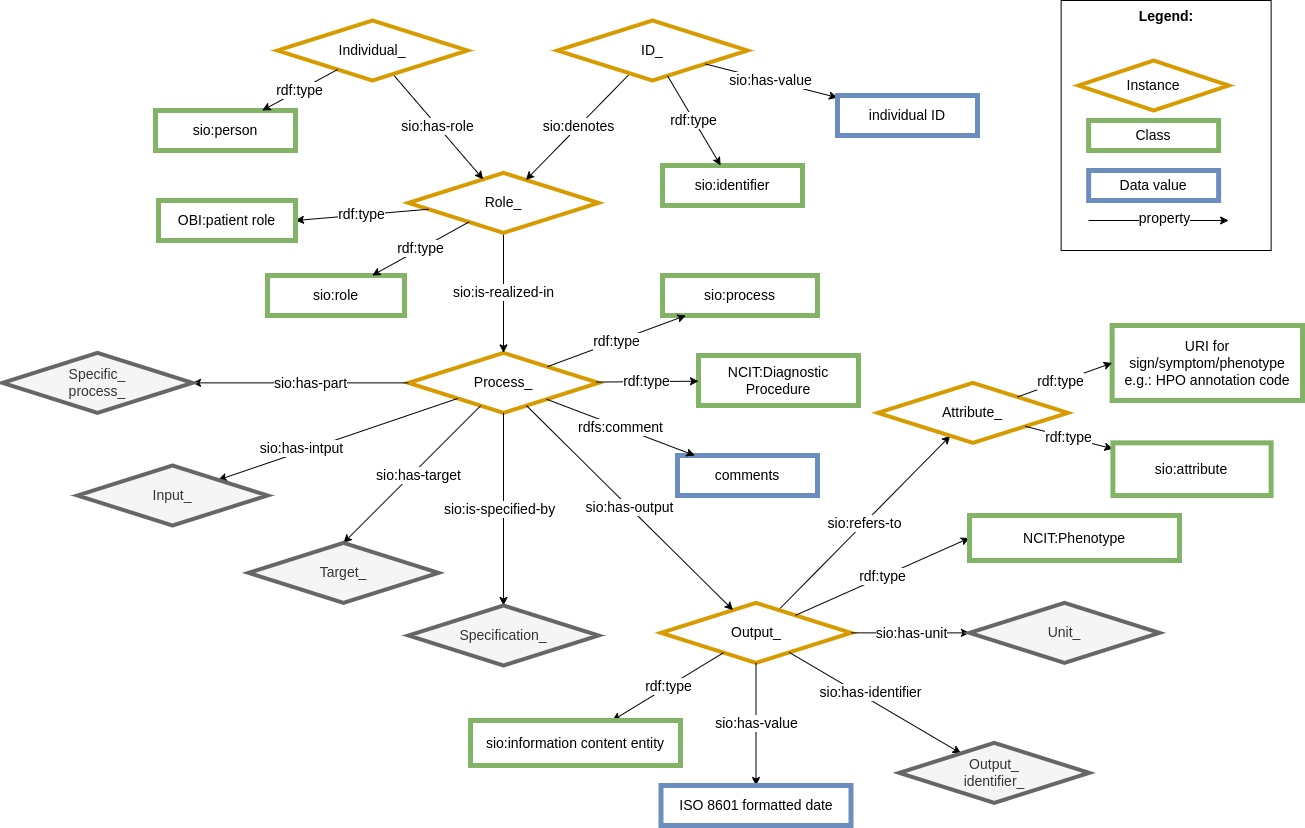
The draw.io diagram images/CARE-SM-Symptom.png in CARE-SM/CARE-Semantic-Model, before a commit. Source tidied: cells renumbered, new cells last; positions are measured from the earlier drawing's top-left corner, leaving out a move shared by most shapes. Source of this version:
```xml
<mxGraphModel>
  <root>
    <mxCell id="0" />
    <mxCell id="1" parent="0" />
    <mxCell id="2" value="sio:refers-to" style="edgeStyle=none;rounded=0;jettySize=auto;html=1;fontSize=14;" parent="1" edge="1" source="3" target="14">
      <mxGeometry relative="1" as="geometry" />
    </mxCell>
    <mxCell id="3" value="Output_" style="rhombus;whiteSpace=wrap;html=1;fillColor=#FFFFFF;strokeColor=#D79B00;perimeter=rhombusPerimeter;arcSize=20;comic=0;enumerate=0;strokeWidth=4;rounded=0;fontSize=14;" parent="1" vertex="1">
      <mxGeometry x="658.5" y="602.4" width="190" height="60" as="geometry" />
    </mxCell>
    <mxCell id="4" value="Process_" style="rhombus;whiteSpace=wrap;html=1;fillColor=#FFFFFF;strokeColor=#D79B00;perimeter=rhombusPerimeter;arcSize=20;comic=0;enumerate=0;strokeWidth=4;rounded=0;fontSize=14;" parent="1" vertex="1">
      <mxGeometry x="406" y="352.4" width="190" height="60" as="geometry" />
    </mxCell>
    <mxCell id="5" value="sio:is-realized-in" style="rounded=0;jettySize=auto;html=1;exitX=0.5;exitY=1;exitDx=0;exitDy=0;fontSize=14;" parent="1" edge="1" source="9" target="4">
      <mxGeometry relative="1" as="geometry" />
    </mxCell>
    <mxCell id="6" value="sio:process" style="whiteSpace=wrap;html=1;fillColor=#FFFFFF;strokeColor=#82b366;strokeWidth=5;fontSize=14;" parent="1" vertex="1">
      <mxGeometry x="660" y="275" width="155" height="40" as="geometry" />
    </mxCell>
    <mxCell id="7" value="rdf:type" style="edgeStyle=none;rounded=0;jettySize=auto;html=1;fontSize=14;" parent="1" edge="1" source="3" target="8">
      <mxGeometry relative="1" as="geometry" />
    </mxCell>
    <mxCell id="8" value="&lt;font style=&quot;font-size: 14px;&quot;&gt;sio:information content entity&lt;/font&gt;" style="whiteSpace=wrap;html=1;fillColor=#FFFFFF;strokeColor=#82b366;strokeWidth=5;fontSize=14;" parent="1" vertex="1">
      <mxGeometry x="468" y="720" width="210" height="45" as="geometry" />
    </mxCell>
    <mxCell id="9" value="Role_" style="rhombus;whiteSpace=wrap;html=1;fillColor=#FFFFFF;strokeColor=#D79B00;perimeter=rhombusPerimeter;arcSize=20;comic=0;enumerate=0;strokeWidth=4;rounded=0;fontSize=14;" parent="1" vertex="1">
      <mxGeometry x="406" y="172.4" width="190" height="60" as="geometry" />
    </mxCell>
    <mxCell id="10" value="sio:denotes" style="edgeStyle=none;rounded=0;jettySize=auto;html=1;fontSize=14;" parent="1" edge="1" source="11" target="9">
      <mxGeometry relative="1" as="geometry" />
    </mxCell>
    <mxCell id="11" value="ID_" style="rhombus;whiteSpace=wrap;html=1;fillColor=#FFFFFF;strokeColor=#D79B00;rotation=0;perimeter=rhombusPerimeter;arcSize=20;comic=0;enumerate=0;strokeWidth=4;rounded=0;fontSize=14;" parent="1" vertex="1">
      <mxGeometry x="555" y="20" width="190" height="60" as="geometry" />
    </mxCell>
    <mxCell id="12" value="sio:has-role" style="edgeStyle=none;rounded=0;jettySize=auto;html=1;fontSize=14;" parent="1" edge="1" source="13" target="9">
      <mxGeometry relative="1" as="geometry" />
    </mxCell>
    <mxCell id="13" value="Individual_" style="rhombus;whiteSpace=wrap;html=1;fillColor=#FFFFFF;strokeColor=#D79B00;perimeter=rhombusPerimeter;arcSize=20;comic=0;enumerate=0;strokeWidth=4;rounded=0;fontSize=14;" parent="1" vertex="1">
      <mxGeometry x="275" y="20" width="190" height="60" as="geometry" />
    </mxCell>
    <mxCell id="14" value="Attribute_" style="rhombus;whiteSpace=wrap;html=1;fillColor=#FFFFFF;strokeColor=#D79B00;perimeter=rhombusPerimeter;arcSize=20;comic=0;enumerate=0;strokeWidth=4;rounded=0;fontSize=14;" parent="1" vertex="1">
      <mxGeometry x="875.4" y="382.4" width="190" height="60" as="geometry" />
    </mxCell>
    <mxCell id="15" value="rdf:type" style="edgeStyle=none;rounded=0;jettySize=auto;html=1;fontSize=14;" parent="1" edge="1" source="14" target="16">
      <mxGeometry relative="1" as="geometry" />
    </mxCell>
    <mxCell id="16" value="sio:attribute" style="whiteSpace=wrap;html=1;fillColor=#FFFFFF;strokeColor=#82b366;strokeWidth=5;fontSize=14;" parent="1" vertex="1">
      <mxGeometry x="1110.4" y="442.4" width="158.2" height="52.6" as="geometry" />
    </mxCell>
    <mxCell id="17" value="sio:role" style="whiteSpace=wrap;html=1;fillColor=#FFFFFF;strokeColor=#82b366;strokeWidth=5;fontSize=14;" parent="1" vertex="1">
      <mxGeometry x="265" y="275" width="137" height="40" as="geometry" />
    </mxCell>
    <mxCell id="18" value="sio:identifier" style="whiteSpace=wrap;html=1;fillColor=#FFFFFF;strokeColor=#82b366;strokeWidth=5;fontSize=14;" parent="1" vertex="1">
      <mxGeometry x="660" y="165" width="140" height="40" as="geometry" />
    </mxCell>
    <mxCell id="19" value="sio:person" style="whiteSpace=wrap;html=1;fillColor=#FFFFFF;strokeColor=#82b366;strokeWidth=5;fontSize=14;" parent="1" vertex="1">
      <mxGeometry x="153" y="110" width="140" height="40" as="geometry" />
    </mxCell>
    <mxCell id="20" style="edgeStyle=none;rounded=0;jettySize=auto;html=1;fontSize=14;" parent="1" edge="1" source="4" target="25">
      <mxGeometry relative="1" as="geometry" />
    </mxCell>
    <mxCell id="21" value="sio:has-intput" style="edgeLabel;html=1;align=center;verticalAlign=middle;fontSize=14;" parent="20" vertex="1">
      <mxGeometry x="-0.21" y="-1" relative="1" as="geometry">
        <mxPoint x="-61" y="18" as="offset" />
      </mxGeometry>
    </mxCell>
    <mxCell id="22" style="edgeStyle=none;rounded=0;jettySize=auto;html=1;strokeWidth=1;fontSize=14;" parent="1" edge="1" source="4" target="24">
      <mxGeometry relative="1" as="geometry" />
    </mxCell>
    <mxCell id="23" value="sio:is-specified-by" style="edgeLabel;html=1;align=center;verticalAlign=middle;fontSize=14;" parent="22" vertex="1">
      <mxGeometry x="-0.21" y="-1" relative="1" as="geometry">
        <mxPoint x="-4" y="19" as="offset" />
      </mxGeometry>
    </mxCell>
    <mxCell id="24" value="Specification_" style="rhombus;whiteSpace=wrap;html=1;fillColor=#f5f5f5;strokeColor=#666666;perimeter=rhombusPerimeter;arcSize=20;comic=0;enumerate=0;strokeWidth=4;rounded=0;fontSize=14;fontColor=#333333;" parent="1" vertex="1">
      <mxGeometry x="406" y="605" width="190" height="60" as="geometry" />
    </mxCell>
    <mxCell id="25" value="Input_" style="rhombus;whiteSpace=wrap;html=1;fillColor=#f5f5f5;strokeColor=#666666;perimeter=rhombusPerimeter;arcSize=20;comic=0;enumerate=0;strokeWidth=4;rounded=0;fontSize=14;fontColor=#333333;" parent="1" vertex="1">
      <mxGeometry x="75" y="465" width="190" height="60" as="geometry" />
    </mxCell>
    <mxCell id="26" style="edgeStyle=none;rounded=0;jettySize=auto;html=1;fontSize=14;" parent="1" edge="1" source="3" target="28">
      <mxGeometry relative="1" as="geometry" />
    </mxCell>
    <mxCell id="27" value="sio:has-unit" style="edgeLabel;html=1;align=center;verticalAlign=middle;fontSize=14;" parent="26" vertex="1">
      <mxGeometry x="-0.21" y="-1" relative="1" as="geometry">
        <mxPoint x="13" y="-1" as="offset" />
      </mxGeometry>
    </mxCell>
    <mxCell id="28" value="Unit_" style="rhombus;whiteSpace=wrap;html=1;fillColor=#f5f5f5;strokeColor=#666666;perimeter=rhombusPerimeter;arcSize=20;comic=0;enumerate=0;strokeWidth=4;rounded=0;fontSize=14;fontColor=#333333;" parent="1" vertex="1">
      <mxGeometry x="967" y="602.4" width="190" height="60" as="geometry" />
    </mxCell>
    <mxCell id="29" value="&lt;div style=&quot;text-align: left; font-size: 14px;&quot;&gt;&lt;span style=&quot;background-color: initial; font-size: 14px;&quot;&gt;&lt;b style=&quot;font-size: 14px;&quot;&gt;&lt;font style=&quot;font-size: 14px;&quot;&gt;Legend:&lt;/font&gt;&lt;/b&gt;&lt;/span&gt;&lt;/div&gt;&lt;div style=&quot;text-align: left; font-size: 14px;&quot;&gt;&lt;span style=&quot;background-color: initial; font-size: 14px;&quot;&gt;&lt;br style=&quot;font-size: 14px;&quot;&gt;&lt;/span&gt;&lt;/div&gt;&lt;div style=&quot;text-align: left; font-size: 14px;&quot;&gt;&lt;span style=&quot;background-color: initial; font-size: 14px;&quot;&gt;&lt;br style=&quot;font-size: 14px;&quot;&gt;&lt;/span&gt;&lt;/div&gt;&lt;div style=&quot;text-align: left; font-size: 14px;&quot;&gt;&lt;span style=&quot;background-color: initial; font-size: 14px;&quot;&gt;&lt;br style=&quot;font-size: 14px;&quot;&gt;&lt;/span&gt;&lt;/div&gt;&lt;div style=&quot;text-align: left; font-size: 14px;&quot;&gt;&lt;br style=&quot;font-size: 14px;&quot;&gt;&lt;/div&gt;&lt;div style=&quot;text-align: left; font-size: 14px;&quot;&gt;&lt;br style=&quot;font-size: 14px;&quot;&gt;&lt;/div&gt;&lt;div style=&quot;text-align: left; font-size: 14px;&quot;&gt;&lt;br style=&quot;font-size: 14px;&quot;&gt;&lt;/div&gt;&lt;div style=&quot;text-align: left; font-size: 14px;&quot;&gt;&lt;br style=&quot;font-size: 14px;&quot;&gt;&lt;/div&gt;&lt;div style=&quot;text-align: left; font-size: 14px;&quot;&gt;&lt;br style=&quot;font-size: 14px;&quot;&gt;&lt;/div&gt;&lt;div style=&quot;text-align: left; font-size: 14px;&quot;&gt;&lt;span style=&quot;background-color: initial; font-size: 14px;&quot;&gt;&lt;br style=&quot;font-size: 14px;&quot;&gt;&lt;/span&gt;&lt;/div&gt;&lt;div style=&quot;text-align: left; font-size: 14px;&quot;&gt;&lt;span style=&quot;background-color: initial; font-size: 14px;&quot;&gt;&lt;br style=&quot;font-size: 14px;&quot;&gt;&lt;/span&gt;&lt;/div&gt;&lt;div style=&quot;text-align: left; font-size: 14px;&quot;&gt;&lt;span style=&quot;background-color: initial; font-size: 14px;&quot;&gt;&lt;br style=&quot;font-size: 14px;&quot;&gt;&lt;/span&gt;&lt;/div&gt;&lt;div style=&quot;text-align: left; font-size: 14px;&quot;&gt;&lt;span style=&quot;background-color: initial; font-size: 14px;&quot;&gt;&lt;br style=&quot;font-size: 14px;&quot;&gt;&lt;/span&gt;&lt;/div&gt;&lt;div style=&quot;text-align: left; font-size: 14px;&quot;&gt;&lt;span style=&quot;background-color: initial; font-size: 14px;&quot;&gt;&lt;br style=&quot;font-size: 14px;&quot;&gt;&lt;/span&gt;&lt;/div&gt;" style="rounded=0;whiteSpace=wrap;html=1;fontSize=14;" parent="1" vertex="1">
      <mxGeometry x="1058.6" width="210" height="250" as="geometry" />
    </mxCell>
    <mxCell id="30" value="Class" style="whiteSpace=wrap;html=1;fillColor=#FFFFFF;strokeColor=#82b366;strokeWidth=5;fontSize=14;" parent="1" vertex="1">
      <mxGeometry x="1086.1" y="120" width="130" height="30" as="geometry" />
    </mxCell>
    <mxCell id="31" value="Instance" style="rhombus;whiteSpace=wrap;html=1;fillColor=#FFFFFF;strokeColor=#D79B00;rotation=0;perimeter=rhombusPerimeter;arcSize=20;comic=0;enumerate=0;strokeWidth=4;rounded=0;fontSize=14;" parent="1" vertex="1">
      <mxGeometry x="1076.1" y="60" width="150" height="50" as="geometry" />
    </mxCell>
    <mxCell id="32" value="Data value" style="whiteSpace=wrap;html=1;fillColor=#FFFFFF;strokeColor=#6c8ebf;strokeWidth=5;fontSize=14;" parent="1" vertex="1">
      <mxGeometry x="1086.1" y="170" width="130" height="30" as="geometry" />
    </mxCell>
    <mxCell id="33" value="property" style="rounded=0;orthogonalLoop=1;jettySize=auto;html=1;exitX=1;exitY=1;exitDx=0;exitDy=0;fontSize=14;" parent="1" edge="1">
      <mxGeometry x="0.09" y="2" relative="1" as="geometry">
        <mxPoint x="1086.1" y="220" as="sourcePoint" />
        <mxPoint x="1226.1" y="220" as="targetPoint" />
      </mxGeometry>
    </mxCell>
    <mxCell id="34" value="rdf:type" style="edgeStyle=none;rounded=0;jettySize=auto;html=1;fontSize=14;" parent="1" edge="1" source="13" target="19">
      <mxGeometry relative="1" as="geometry" />
    </mxCell>
    <mxCell id="35" style="edgeStyle=none;rounded=0;jettySize=auto;html=1;entryX=0.5;entryY=0;entryDx=0;entryDy=0;fontSize=14;" parent="1" edge="1" source="4" target="37">
      <mxGeometry relative="1" as="geometry" />
    </mxCell>
    <mxCell id="36" value="sio:has-target" style="edgeLabel;html=1;align=center;verticalAlign=middle;fontSize=14;" parent="35" vertex="1">
      <mxGeometry x="-0.21" y="-1" relative="1" as="geometry">
        <mxPoint x="-8" y="16" as="offset" />
      </mxGeometry>
    </mxCell>
    <mxCell id="37" value="Target_" style="rhombus;whiteSpace=wrap;html=1;fillColor=#f5f5f5;strokeColor=#666666;perimeter=rhombusPerimeter;arcSize=20;comic=0;enumerate=0;strokeWidth=4;rounded=0;fontSize=14;fontColor=#333333;" parent="1" vertex="1">
      <mxGeometry x="246" y="542.4" width="190" height="60" as="geometry" />
    </mxCell>
    <mxCell id="38" value="sio:has-output" style="edgeStyle=none;rounded=0;jettySize=auto;html=1;fontSize=14;" parent="1" edge="1" source="4" target="3">
      <mxGeometry relative="1" as="geometry" />
    </mxCell>
    <mxCell id="39" style="edgeStyle=none;rounded=0;jettySize=auto;html=1;fontSize=14;" parent="1" edge="1" source="4" target="41">
      <mxGeometry relative="1" as="geometry" />
    </mxCell>
    <mxCell id="40" value="sio:has-part" style="edgeLabel;html=1;align=center;verticalAlign=middle;fontSize=14;" parent="39" vertex="1">
      <mxGeometry x="-0.21" y="-1" relative="1" as="geometry">
        <mxPoint x="-13" y="1" as="offset" />
      </mxGeometry>
    </mxCell>
    <mxCell id="41" value="Specific_&lt;div&gt;process_&lt;/div&gt;" style="rhombus;whiteSpace=wrap;html=1;fillColor=#f5f5f5;strokeColor=#666666;perimeter=rhombusPerimeter;arcSize=20;comic=0;enumerate=0;strokeWidth=4;rounded=0;fontSize=14;fontColor=#333333;" parent="1" vertex="1">
      <mxGeometry y="352.4" width="190" height="60" as="geometry" />
    </mxCell>
    <mxCell id="42" style="edgeStyle=none;rounded=0;jettySize=auto;html=1;fontSize=14;" parent="1" edge="1" source="3" target="44">
      <mxGeometry relative="1" as="geometry" />
    </mxCell>
    <mxCell id="43" value="sio:has-identifier" style="edgeLabel;html=1;align=center;verticalAlign=middle;fontSize=14;" parent="42" vertex="1">
      <mxGeometry x="-0.21" y="-1" relative="1" as="geometry">
        <mxPoint x="13" y="-1" as="offset" />
      </mxGeometry>
    </mxCell>
    <mxCell id="44" value="Output_&lt;div style=&quot;font-size: 14px;&quot;&gt;identifier_&lt;/div&gt;" style="rhombus;whiteSpace=wrap;html=1;fillColor=#f5f5f5;strokeColor=#666666;perimeter=rhombusPerimeter;arcSize=20;comic=0;enumerate=0;strokeWidth=4;rounded=0;fontSize=14;fontColor=#333333;" parent="1" vertex="1">
      <mxGeometry x="896.8" y="742.4" width="190" height="60" as="geometry" />
    </mxCell>
    <mxCell id="45" value="rdf:type" style="edgeStyle=none;rounded=0;jettySize=auto;html=1;fontSize=14;" parent="1" edge="1" source="9" target="17">
      <mxGeometry relative="1" as="geometry" />
    </mxCell>
    <mxCell id="46" value="rdf:type" style="edgeStyle=none;rounded=0;jettySize=auto;html=1;fontSize=14;" parent="1" edge="1" source="11" target="18">
      <mxGeometry relative="1" as="geometry" />
    </mxCell>
    <mxCell id="47" value="rdf:type" style="edgeStyle=none;rounded=0;jettySize=auto;html=1;entryX=0;entryY=0.5;entryDx=0;entryDy=0;fontSize=14;" parent="1" edge="1" source="3" target="48">
      <mxGeometry relative="1" as="geometry" />
    </mxCell>
    <mxCell id="48" value="NCIT:Phenotype" style="whiteSpace=wrap;html=1;fillColor=#FFFFFF;strokeColor=#82b366;strokeWidth=5;fontSize=14;" parent="1" vertex="1">
      <mxGeometry x="967" y="515" width="210" height="45" as="geometry" />
    </mxCell>
    <mxCell id="49" value="&lt;span style=&quot;background-color: initial;&quot;&gt;&lt;div style=&quot;&quot;&gt;URI for sign/symptom/phenotype&lt;/div&gt;&lt;div style=&quot;&quot;&gt;e.g.: HPO annotation code&lt;/div&gt;&lt;/span&gt;" style="whiteSpace=wrap;html=1;fillColor=#FFFFFF;strokeColor=#82b366;strokeWidth=5;fontSize=14;" parent="1" vertex="1">
      <mxGeometry x="1109.6" y="325" width="190.4" height="75" as="geometry" />
    </mxCell>
    <mxCell id="50" value="rdf:type" style="edgeStyle=none;rounded=0;jettySize=auto;html=1;entryX=0;entryY=0.5;entryDx=0;entryDy=0;fontSize=14;" parent="1" edge="1" source="14" target="49">
      <mxGeometry x="-0.09" relative="1" as="geometry" />
    </mxCell>
    <mxCell id="51" value="sio:has-value" style="rounded=0;jettySize=auto;html=1;fontSize=14;" parent="1" edge="1" source="3" target="52">
      <mxGeometry relative="1" as="geometry" />
    </mxCell>
    <mxCell id="52" value="&lt;font style=&quot;font-size: 14px;&quot;&gt;ISO 8601 formatted date&lt;/font&gt;" style="whiteSpace=wrap;html=1;fillColor=#FFFFFF;strokeColor=#6c8ebf;strokeWidth=5;fontSize=14;" parent="1" vertex="1">
      <mxGeometry x="658.5" y="785" width="190" height="40" as="geometry" />
    </mxCell>
    <mxCell id="53" value="rdf:type" style="edgeStyle=none;rounded=0;jettySize=auto;html=1;entryX=1;entryY=0.5;entryDx=0;entryDy=0;fontSize=14;" parent="1" edge="1" source="9" target="54">
      <mxGeometry relative="1" as="geometry" />
    </mxCell>
    <mxCell id="54" value="&lt;font style=&quot;font-size: 14px;&quot;&gt;OBI:patient role&lt;/font&gt;" style="whiteSpace=wrap;html=1;fillColor=#FFFFFF;strokeColor=#82b366;strokeWidth=5;fontSize=14;" parent="1" vertex="1">
      <mxGeometry x="156" y="200" width="137" height="40" as="geometry" />
    </mxCell>
    <mxCell id="55" value="sio:has-value" style="rounded=0;jettySize=auto;html=1;fontSize=14;" parent="1" edge="1" source="11" target="56">
      <mxGeometry relative="1" as="geometry" />
    </mxCell>
    <mxCell id="56" value="individual ID" style="whiteSpace=wrap;html=1;fillColor=#FFFFFF;strokeColor=#6c8ebf;strokeWidth=5;fontSize=14;" parent="1" vertex="1">
      <mxGeometry x="835" y="95" width="140" height="40" as="geometry" />
    </mxCell>
    <mxCell id="57" value="NCIT:Diagnostic Procedure" style="whiteSpace=wrap;html=1;fillColor=#FFFFFF;strokeColor=#82b366;strokeWidth=5;fontSize=14;" parent="1" vertex="1">
      <mxGeometry x="696" y="355" width="160" height="50" as="geometry" />
    </mxCell>
    <mxCell id="58" value="rdf:type" style="edgeStyle=none;rounded=0;jettySize=auto;html=1;fontSize=14;" parent="1" edge="1" source="4" target="57">
      <mxGeometry relative="1" as="geometry" />
    </mxCell>
    <mxCell id="59" value="comments" style="whiteSpace=wrap;html=1;fillColor=#FFFFFF;strokeColor=#6c8ebf;strokeWidth=5;fontSize=14;" parent="1" vertex="1">
      <mxGeometry x="675" y="455" width="140" height="40" as="geometry" />
    </mxCell>
    <mxCell id="60" value="rdfs:comment" style="rounded=0;jettySize=auto;html=1;fontSize=14;" parent="1" edge="1" source="4" target="59">
      <mxGeometry relative="1" as="geometry" />
    </mxCell>
    <mxCell id="61" value="rdf:type" style="edgeStyle=none;rounded=0;jettySize=auto;html=1;fontSize=14;" parent="1" edge="1" source="4" target="6">
      <mxGeometry relative="1" as="geometry" />
    </mxCell>
  </root>
</mxGraphModel>
```
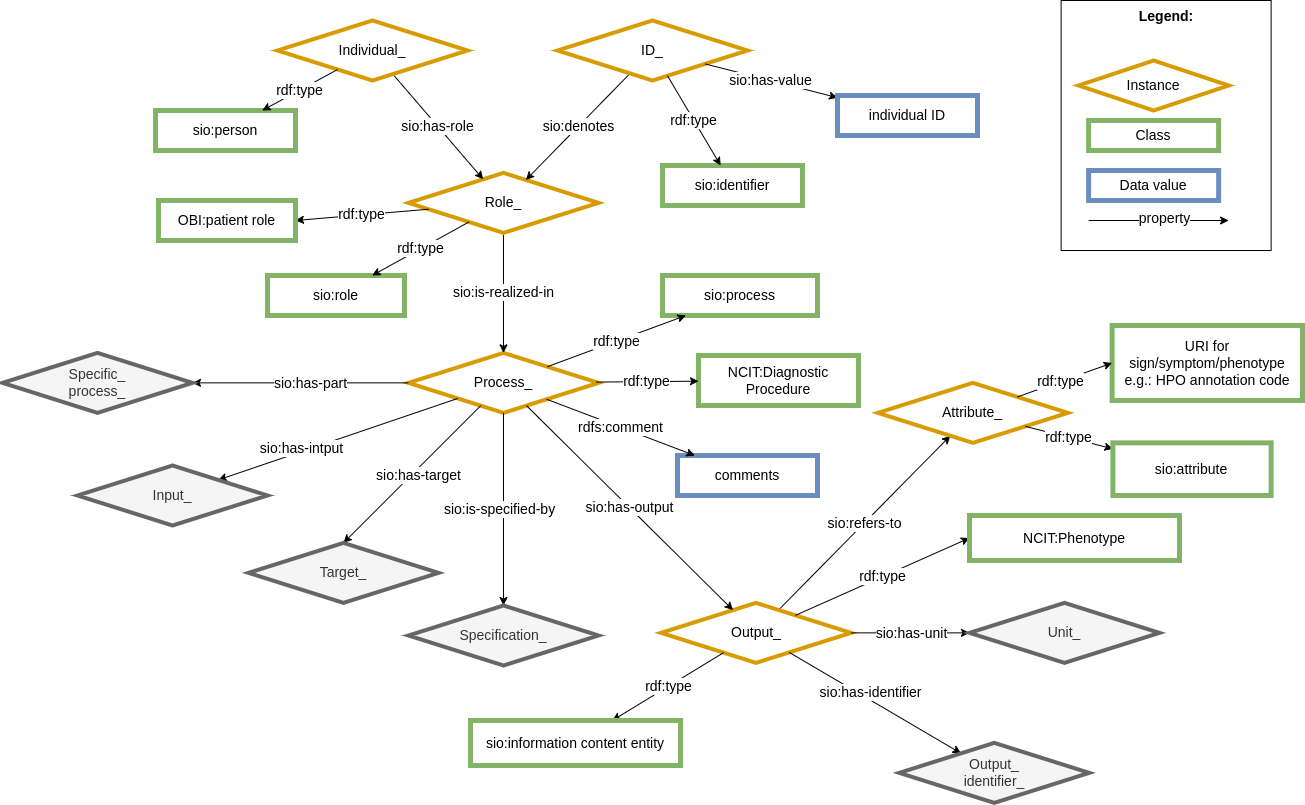
After the change.

What changed in the source:
```diff
@@ -164,12 +164,6 @@
     <mxCell id="50" value="rdf:type" style="edgeStyle=none;rounded=0;jettySize=auto;html=1;entryX=0;entryY=0.5;entryDx=0;entryDy=0;fontSize=14;" parent="1" edge="1" source="14" target="49">
       <mxGeometry x="-0.09" relative="1" as="geometry" />
     </mxCell>
-    <mxCell id="51" value="sio:has-value" style="rounded=0;jettySize=auto;html=1;fontSize=14;" parent="1" edge="1" source="3" target="52">
-      <mxGeometry relative="1" as="geometry" />
-    </mxCell>
-    <mxCell id="52" value="&lt;font style=&quot;font-size: 14px;&quot;&gt;ISO 8601 formatted date&lt;/font&gt;" style="whiteSpace=wrap;html=1;fillColor=#FFFFFF;strokeColor=#6c8ebf;strokeWidth=5;fontSize=14;" parent="1" vertex="1">
-      <mxGeometry x="658.5" y="785" width="190" height="40" as="geometry" />
-    </mxCell>
     <mxCell id="53" value="rdf:type" style="edgeStyle=none;rounded=0;jettySize=auto;html=1;entryX=1;entryY=0.5;entryDx=0;entryDy=0;fontSize=14;" parent="1" edge="1" source="9" target="54">
       <mxGeometry relative="1" as="geometry" />
     </mxCell>
```
